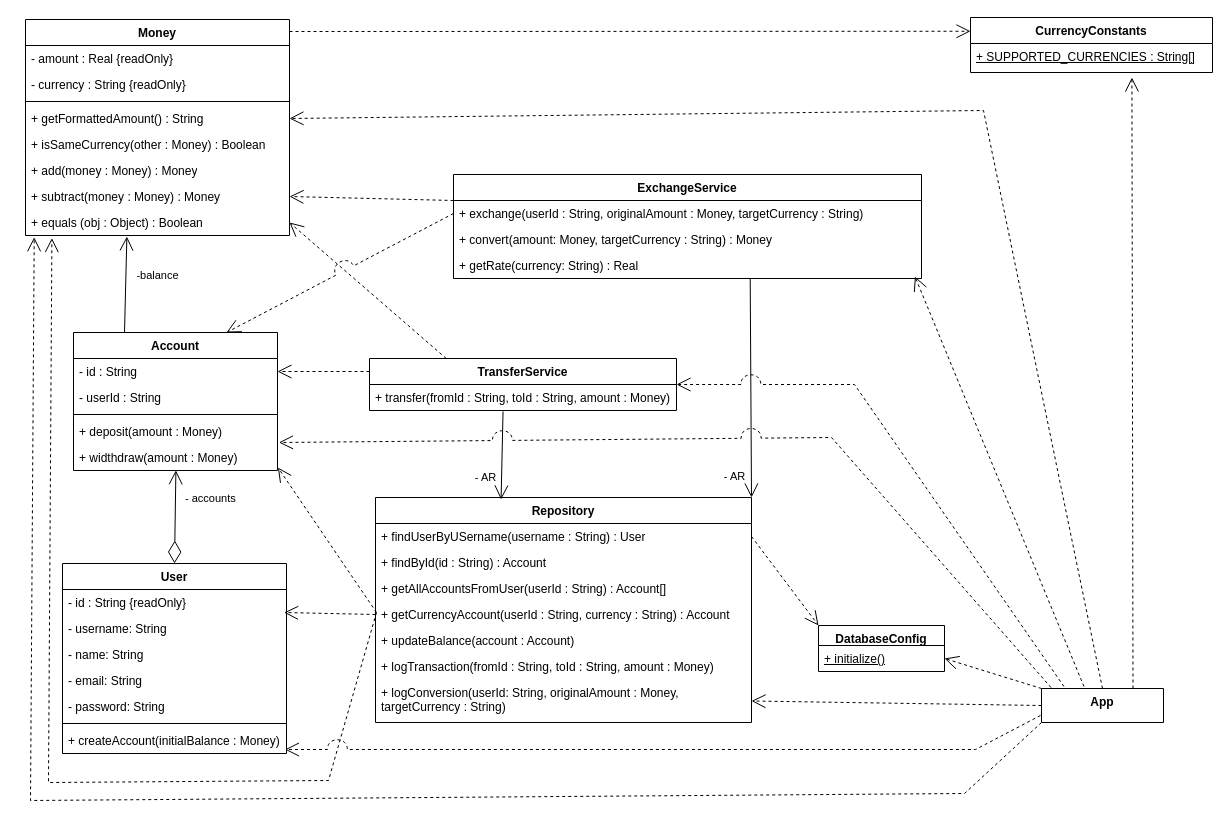
This is lab 4 - ValueObject/IB.drawio from solovozer/-2, a draw.io file, before an edit. Source tidied: cells renumbered, new cells numbered last; positions are measured from the earlier drawing's top-left corner, leaving out a move shared by most shapes. Both pictures are drawn from the tidied source at 100%, with x=0, y=0 at pixel (25, 17).
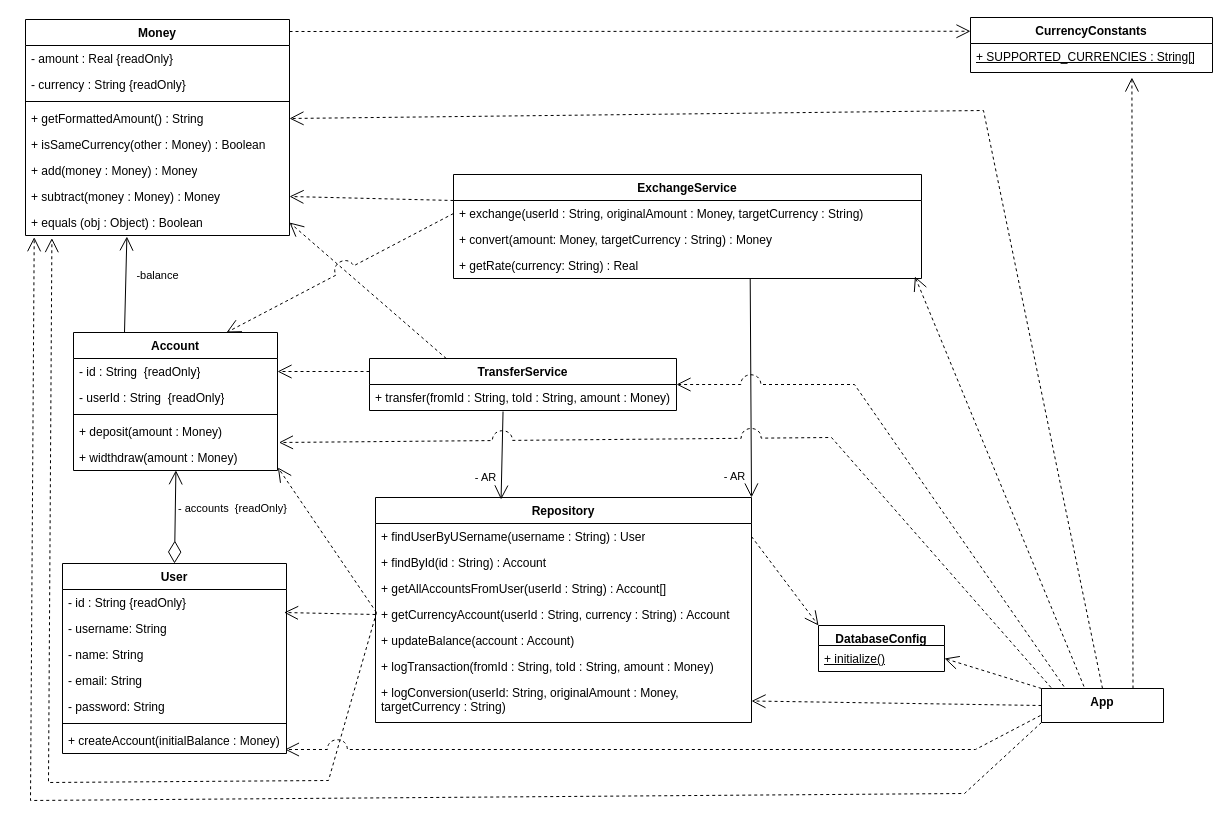
After the change.

Unchanged cells that the change refers to:
```xml
<mxCell id="11" value="Account" style="swimlane;fontStyle=1;align=center;verticalAlign=top;horizontal=1;startSize=26;whiteSpace=wrap;html=1;" parent="1" vertex="1">
  <mxGeometry x="48" y="315" width="204" height="138" as="geometry" />
</mxCell>
<mxCell id="16" value="+ widthdraw(amount : Money)" style="text;strokeColor=none;fillColor=none;align=left;verticalAlign=top;spacingLeft=4;spacingRight=4;overflow=hidden;points=[[0,0.5],[1,0.5]];portConstraint=eastwest;whiteSpace=wrap;html=1;" parent="11" vertex="1">
  <mxGeometry y="112" width="204" height="26" as="geometry" />
</mxCell>
<mxCell id="37" value="User" style="swimlane;fontStyle=1;align=center;verticalAlign=top;horizontal=1;startSize=26;whiteSpace=wrap;html=1;" parent="1" vertex="1">
  <mxGeometry x="37" y="546" width="224" height="190" as="geometry" />
</mxCell>
```

Change to the diagram source:
```diff
@@
-    <mxCell id="12" value="- id : String" style="text;strokeColor=none;fillColor=none;align=left;verticalAlign=top;spacingLeft=4;spacingRight=4;overflow=hidden;points=[[0,0.5],[1,0.5]];portConstraint=eastwest;whiteSpace=wrap;html=1;fontStyle=0;" parent="11" vertex="1">
+    <mxCell id="12" value="- id : String&amp;nbsp;&amp;nbsp;{readOnly}" style="text;strokeColor=none;fillColor=none;align=left;verticalAlign=top;spacingLeft=4;spacingRight=4;overflow=hidden;points=[[0,0.5],[1,0.5]];portConstraint=eastwest;whiteSpace=wrap;html=1;fontStyle=0;" parent="11" vertex="1">
       <mxGeometry y="26" width="204" height="26" as="geometry" />
     </mxCell>
-    <mxCell id="13" value="- userId : String" style="text;strokeColor=none;fillColor=none;align=left;verticalAlign=top;spacingLeft=4;spacingRight=4;overflow=hidden;whiteSpace=wrap;html=1;fontStyle=0;" parent="11" vertex="1">
+    <mxCell id="13" value="- userId : String&amp;nbsp;&amp;nbsp;{readOnly}" style="text;strokeColor=none;fillColor=none;align=left;verticalAlign=top;spacingLeft=4;spacingRight=4;overflow=hidden;whiteSpace=wrap;html=1;fontStyle=0;" parent="11" vertex="1">
       <mxGeometry y="52" width="204" height="26" as="geometry" />
     </mxCell>
@@
-    <mxCell id="45" value="- accounts" style="endArrow=open;html=1;endSize=12;startArrow=diamondThin;startSize=20;startFill=0;align=left;verticalAlign=bottom;rounded=0;entryX=0.502;entryY=0.992;entryDx=0;entryDy=0;entryPerimeter=0;targetPerimeterSpacing=6;sourcePerimeterSpacing=10;exitX=0.5;exitY=0;exitDx=0;exitDy=0;" parent="1" edge="1" source="37" target="16">
-      <mxGeometry x="0.2" y="-8" relative="1" as="geometry" />
+    <mxCell id="45" value="- accounts&amp;nbsp;&amp;nbsp;{readOnly}" style="endArrow=open;html=1;endSize=12;startArrow=diamondThin;startSize=20;startFill=0;align=left;verticalAlign=bottom;rounded=0;entryX=0.502;entryY=0.992;entryDx=0;entryDy=0;entryPerimeter=0;targetPerimeterSpacing=6;sourcePerimeterSpacing=10;exitX=0.5;exitY=0;exitDx=0;exitDy=0;" parent="1" edge="1" source="37" target="16">
+      <mxGeometry x="-0.01" y="-1" relative="1" as="geometry" />
     </mxCell>
```
